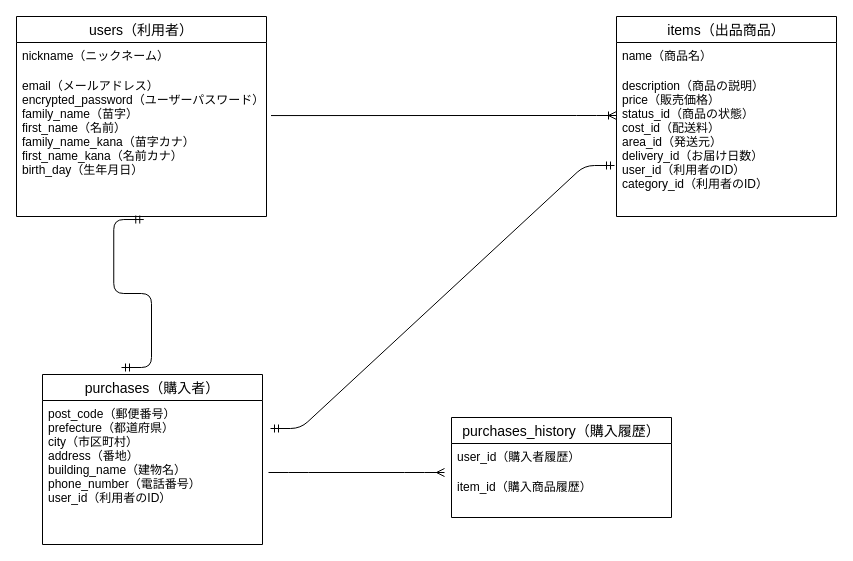
Before: page "ページ1" (1 of 2) of furima.dio in atteyo-th/furima-34412, a draw.io diagram. Source tidied: cells renumbered, new cells numbered last; positions are measured from the earlier drawing's top-left corner, leaving out a move shared by most shapes. Both pictures are drawn from the tidied source at 100%, with x=0, y=0 at pixel (16, 16).
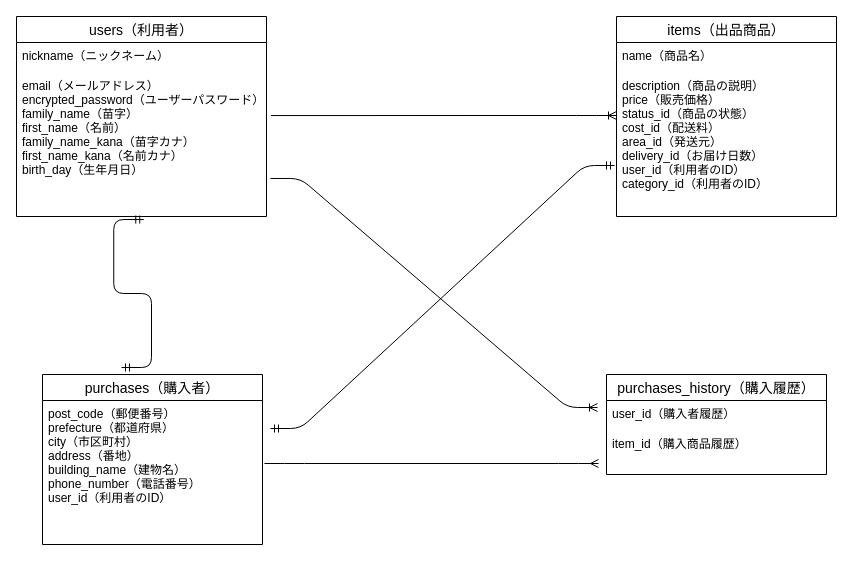
After the change.

Commit message (it also covers changes not shown here):
ER図/README修正３

The change refers to these unchanged cells:
```xml
<mxCell id="4" value="email（メールアドレス）&#10;encrypted_password（ユーザーパスワード）&#10;family_name（苗字）&#10;first_name（名前）&#10;family_name_kana（苗字カナ）&#10;first_name_kana（名前カナ）&#10;birth_day（生年月日）&#10;&#10;&#10;&#10;" style="text;strokeColor=none;fillColor=none;spacingLeft=4;spacingRight=4;overflow=hidden;points=[[0,0.5],[1,0.5]];portConstraint=eastwest;fontSize=12;" parent="2" vertex="1">
  <mxGeometry y="56" width="250" height="144" as="geometry" />
</mxCell>
```

Diff of the diagram source:
```diff
@@
     <mxCell id="13" value="purchases_history（購入履歴）" style="swimlane;fontStyle=0;horizontal=1;startSize=26;align=center;fontSize=14;direction=east;" parent="1" vertex="1">
-      <mxGeometry x="435" y="401" width="220" height="100" as="geometry" />
+      <mxGeometry x="590" y="358" width="220" height="100" as="geometry" />
     </mxCell>
@@
     <mxCell id="16" style="edgeStyle=entityRelationEdgeStyle;fontSize=12;html=1;endArrow=ERmany;" parent="1" edge="1">
       <mxGeometry relative="1" as="geometry">
-        <mxPoint x="252" y="456" as="sourcePoint" />
-        <mxPoint x="428" y="456" as="targetPoint" />
+        <mxPoint x="248" y="447" as="sourcePoint" />
+        <mxPoint x="582" y="447" as="targetPoint" />
       </mxGeometry>
     </mxCell>
+    <mxCell id="17" style="edgeStyle=entityRelationEdgeStyle;fontSize=12;html=1;endArrow=ERoneToMany;exitX=1.016;exitY=0.736;exitDx=0;exitDy=0;exitPerimeter=0;" parent="1" edge="1" source="4">
+      <mxGeometry relative="1" as="geometry">
+        <mxPoint x="581" y="391" as="targetPoint" />
+      </mxGeometry>
+    </mxCell>
```
